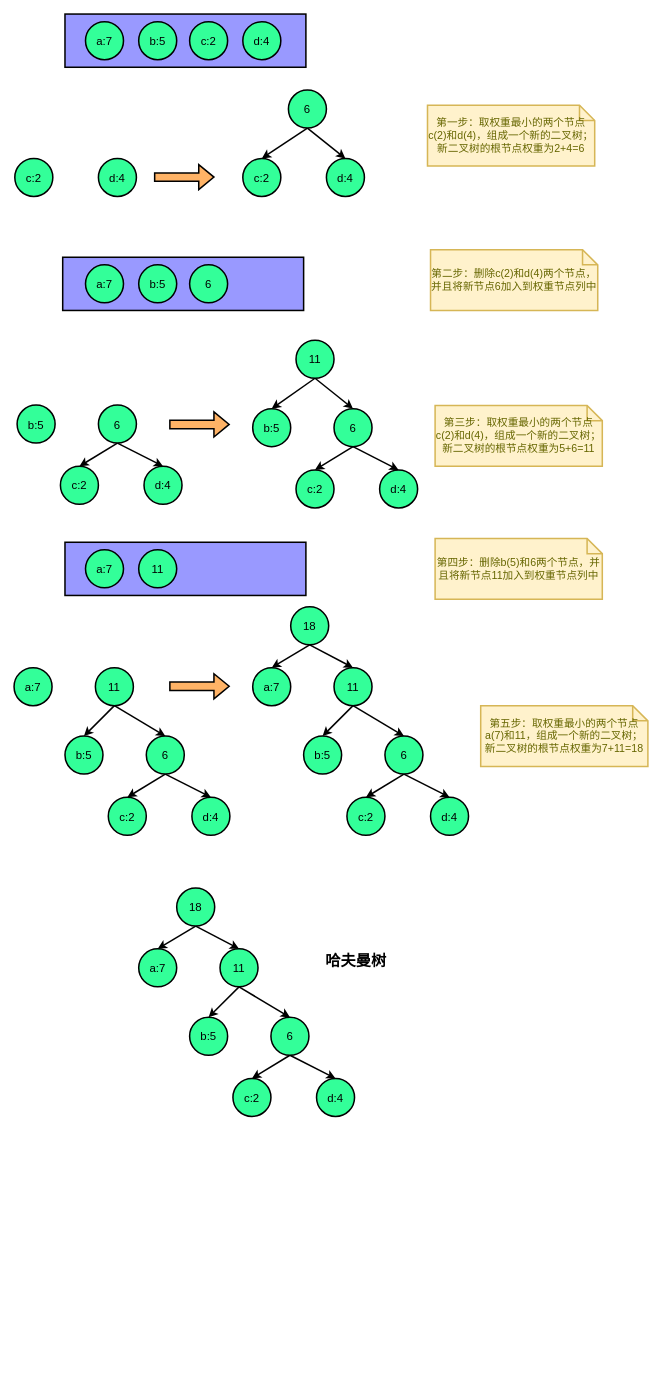
This is page "构建过程" (2 of 2) of 数据结构与算法/哈夫曼树.drawio from LiHuiBin1995/study-java, a draw.io file, before an edit. Source tidied: cells renumbered, new cells numbered last; positions are measured from the earlier drawing's top-left corner, leaving out a move shared by most shapes. Both pictures are drawn from the tidied source at 76%, with x=0, y=0 at pixel (14, 14).
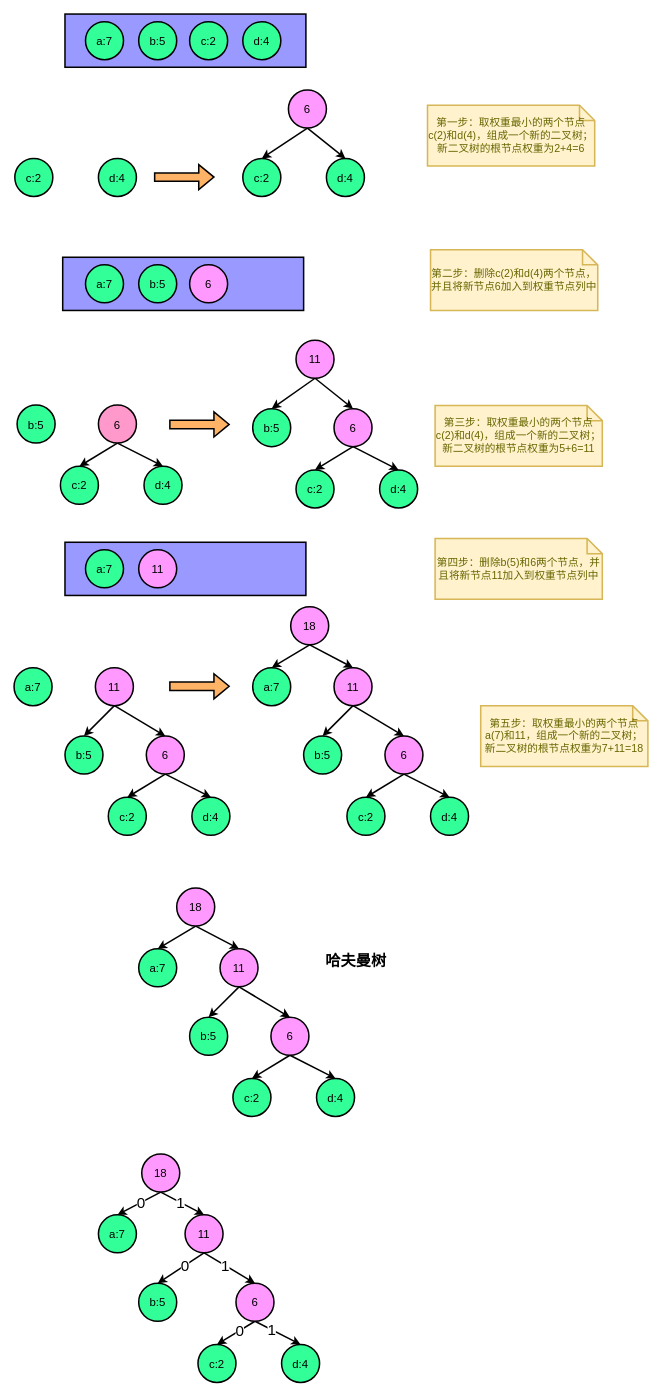
The same page after the edit.

Commit message:
更新哈夫曼树.drawio

What changed in the source:
```diff
@@
-    <mxCell id="14" value="6" style="ellipse;whiteSpace=wrap;html=1;strokeWidth=2;fontSize=15;fillColor=#33FF99;" parent="1" vertex="1">
+    <mxCell id="14" value="6" style="ellipse;whiteSpace=wrap;html=1;strokeWidth=2;fontSize=15;fillColor=#FF99FF;" parent="1" vertex="1">
       <mxGeometry x="361" y="100" width="50" height="50" as="geometry" />
     </mxCell>
@@
-    <mxCell id="17" value="6" style="ellipse;whiteSpace=wrap;html=1;strokeWidth=2;fontSize=15;fillColor=#33FF99;" parent="1" vertex="1">
+    <mxCell id="17" value="6" style="ellipse;whiteSpace=wrap;html=1;strokeWidth=2;fontSize=15;fillColor=#FF99FF;" parent="1" vertex="1">
       <mxGeometry x="231" y="330" width="50" height="50" as="geometry" />
     </mxCell>
@@
-    <mxCell id="22" value="6" style="ellipse;whiteSpace=wrap;html=1;strokeWidth=2;fontSize=15;fillColor=#33FF99;" parent="1" vertex="1">
+    <mxCell id="22" value="6" style="ellipse;whiteSpace=wrap;html=1;strokeWidth=2;fontSize=15;fillColor=#FF99FF;" parent="1" vertex="1">
       <mxGeometry x="421" y="519.2" width="50" height="50" as="geometry" />
     </mxCell>
@@
-    <mxCell id="26" value="11" style="ellipse;whiteSpace=wrap;html=1;strokeWidth=2;fontSize=15;fillColor=#33FF99;" parent="1" vertex="1">
+    <mxCell id="26" value="11" style="ellipse;whiteSpace=wrap;html=1;strokeWidth=2;fontSize=15;fillColor=#FF99FF;" parent="1" vertex="1">
       <mxGeometry x="371" y="429.2" width="50" height="50" as="geometry" />
     </mxCell>
@@
-    <mxCell id="28" value="11" style="ellipse;whiteSpace=wrap;html=1;strokeWidth=2;fontSize=15;fillColor=#33FF99;" parent="1" vertex="1">
+    <mxCell id="28" value="11" style="ellipse;whiteSpace=wrap;html=1;strokeWidth=2;fontSize=15;fillColor=#FF99FF;" parent="1" vertex="1">
       <mxGeometry x="164" y="705" width="50" height="50" as="geometry" />
     </mxCell>
@@
-    <mxCell id="32" value="11" style="ellipse;whiteSpace=wrap;html=1;strokeWidth=2;fontSize=15;fillColor=#33FF99;" parent="1" vertex="1">
+    <mxCell id="32" value="11" style="ellipse;whiteSpace=wrap;html=1;strokeWidth=2;fontSize=15;fillColor=#FF99FF;" parent="1" vertex="1">
       <mxGeometry x="421" y="860" width="50" height="50" as="geometry" />
     </mxCell>
@@
-    <mxCell id="36" value="18" style="ellipse;whiteSpace=wrap;html=1;strokeWidth=2;fontSize=15;fillColor=#33FF99;" parent="1" vertex="1">
+    <mxCell id="36" value="18" style="ellipse;whiteSpace=wrap;html=1;strokeWidth=2;fontSize=15;fillColor=#FF99FF;" parent="1" vertex="1">
       <mxGeometry x="364" y="780" width="50" height="50" as="geometry" />
     </mxCell>
@@
-    <mxCell id="43" value="6" style="ellipse;whiteSpace=wrap;html=1;strokeWidth=2;fontSize=15;fillColor=#33FF99;" parent="1" vertex="1">
+    <mxCell id="43" value="6" style="ellipse;whiteSpace=wrap;html=1;strokeWidth=2;fontSize=15;fillColor=#FF99CC;" parent="1" vertex="1">
       <mxGeometry x="111" y="514.5" width="50" height="50" as="geometry" />
     </mxCell>
@@
-    <mxCell id="50" value="6" style="ellipse;whiteSpace=wrap;html=1;strokeWidth=2;fontSize=15;fillColor=#33FF99;" parent="1" vertex="1">
+    <mxCell id="50" value="6" style="ellipse;whiteSpace=wrap;html=1;strokeWidth=2;fontSize=15;fillColor=#FF99FF;" parent="1" vertex="1">
       <mxGeometry x="488" y="950" width="50" height="50" as="geometry" />
     </mxCell>
@@
-    <mxCell id="55" value="11" style="ellipse;whiteSpace=wrap;html=1;strokeWidth=2;fontSize=15;fillColor=#33FF99;" parent="1" vertex="1">
+    <mxCell id="55" value="11" style="ellipse;whiteSpace=wrap;html=1;strokeWidth=2;fontSize=15;fillColor=#FF99FF;" parent="1" vertex="1">
       <mxGeometry x="107" y="860" width="50" height="50" as="geometry" />
     </mxCell>
@@
-    <mxCell id="60" value="6" style="ellipse;whiteSpace=wrap;html=1;strokeWidth=2;fontSize=15;fillColor=#33FF99;" parent="1" vertex="1">
+    <mxCell id="60" value="6" style="ellipse;whiteSpace=wrap;html=1;strokeWidth=2;fontSize=15;fillColor=#FF99FF;" parent="1" vertex="1">
       <mxGeometry x="174" y="950" width="50" height="50" as="geometry" />
     </mxCell>
@@
-    <mxCell id="69" value="11" style="ellipse;whiteSpace=wrap;html=1;strokeWidth=2;fontSize=15;fillColor=#33FF99;" parent="1" vertex="1">
+    <mxCell id="69" value="11" style="ellipse;whiteSpace=wrap;html=1;strokeWidth=2;fontSize=15;fillColor=#FF99FF;" parent="1" vertex="1">
       <mxGeometry x="271" y="1230" width="50" height="50" as="geometry" />
     </mxCell>
@@
-    <mxCell id="73" value="18" style="ellipse;whiteSpace=wrap;html=1;strokeWidth=2;fontSize=15;fillColor=#33FF99;" parent="1" vertex="1">
+    <mxCell id="73" value="18" style="ellipse;whiteSpace=wrap;html=1;strokeWidth=2;fontSize=15;fillColor=#FF99FF;" parent="1" vertex="1">
       <mxGeometry x="214" y="1150" width="50" height="50" as="geometry" />
     </mxCell>
@@
-    <mxCell id="77" value="6" style="ellipse;whiteSpace=wrap;html=1;strokeWidth=2;fontSize=15;fillColor=#33FF99;" parent="1" vertex="1">
+    <mxCell id="77" value="6" style="ellipse;whiteSpace=wrap;html=1;strokeWidth=2;fontSize=15;fillColor=#FF99FF;" parent="1" vertex="1">
       <mxGeometry x="338" y="1320" width="50" height="50" as="geometry" />
     </mxCell>
@@
+    <mxCell id="81" style="edgeStyle=none;rounded=0;jettySize=auto;html=1;exitX=0.5;exitY=1;exitDx=0;exitDy=0;entryX=0.5;entryY=0;entryDx=0;entryDy=0;fontSize=15;strokeWidth=2;fillColor=#FFB366;" parent="1" edge="1" source="85" target="92">
+      <mxGeometry relative="1" as="geometry" />
+    </mxCell>
+    <mxCell id="82" value="0" style="edgeLabel;html=1;align=center;verticalAlign=middle;fontSize=20;fontColor=#000000;" parent="81" vertex="1">
+      <mxGeometry x="-0.17" y="-1" relative="1" as="geometry" />
+    </mxCell>
+    <mxCell id="83" style="edgeStyle=none;rounded=0;jettySize=auto;html=1;exitX=0.5;exitY=1;exitDx=0;exitDy=0;entryX=0.5;entryY=0;entryDx=0;entryDy=0;fontSize=15;strokeWidth=2;fillColor=#FFB366;" parent="1" edge="1" source="85" target="97">
+      <mxGeometry relative="1" as="geometry" />
+    </mxCell>
+    <mxCell id="84" value="1" style="edgeLabel;html=1;align=center;verticalAlign=middle;fontSize=20;fontColor=#000000;" parent="83" vertex="1">
+      <mxGeometry x="-0.17" relative="1" as="geometry" />
+    </mxCell>
+    <mxCell id="85" value="11" style="ellipse;whiteSpace=wrap;html=1;strokeWidth=2;fontSize=15;fillColor=#FF99FF;" parent="1" vertex="1">
+      <mxGeometry x="225" y="1580" width="50" height="50" as="geometry" />
+    </mxCell>
+    <mxCell id="86" value="a:7" style="ellipse;whiteSpace=wrap;html=1;strokeWidth=2;fontStyle=0;fontSize=15;fillColor=#33FF99;" parent="1" vertex="1">
+      <mxGeometry x="111" y="1580" width="50" height="50" as="geometry" />
+    </mxCell>
+    <mxCell id="87" style="edgeStyle=none;rounded=0;jettySize=auto;html=1;exitX=0.5;exitY=1;exitDx=0;exitDy=0;entryX=0.5;entryY=0;entryDx=0;entryDy=0;fontSize=15;strokeWidth=2;" parent="1" edge="1" source="91" target="86">
+      <mxGeometry relative="1" as="geometry" />
+    </mxCell>
+    <mxCell id="88" value="0" style="edgeLabel;html=1;align=center;verticalAlign=middle;fontSize=20;fontColor=#000000;" parent="87" vertex="1">
+      <mxGeometry x="-0.08" relative="1" as="geometry" />
+    </mxCell>
+    <mxCell id="89" style="edgeStyle=none;rounded=0;jettySize=auto;html=1;exitX=0.5;exitY=1;exitDx=0;exitDy=0;entryX=0.5;entryY=0;entryDx=0;entryDy=0;fontSize=15;strokeWidth=2;" parent="1" edge="1" source="91" target="85">
+      <mxGeometry relative="1" as="geometry" />
+    </mxCell>
+    <mxCell id="90" value="1" style="edgeLabel;html=1;align=center;verticalAlign=middle;fontSize=20;fontColor=#000000;" parent="89" vertex="1">
+      <mxGeometry x="-0.09" relative="1" as="geometry" />
+    </mxCell>
+    <mxCell id="91" value="18" style="ellipse;whiteSpace=wrap;html=1;strokeWidth=2;fontSize=15;fillColor=#FF99FF;" parent="1" vertex="1">
+      <mxGeometry x="168" y="1500" width="50" height="50" as="geometry" />
+    </mxCell>
+    <mxCell id="92" value="b:5" style="ellipse;whiteSpace=wrap;html=1;strokeWidth=2;fontSize=15;fillColor=#33FF99;" parent="1" vertex="1">
+      <mxGeometry x="164" y="1670" width="50" height="50" as="geometry" />
+    </mxCell>
+    <mxCell id="93" style="edgeStyle=none;rounded=0;jettySize=auto;html=1;exitX=0.5;exitY=1;exitDx=0;exitDy=0;entryX=0.5;entryY=0;entryDx=0;entryDy=0;fontSize=15;strokeWidth=2;" parent="1" edge="1" source="97" target="98">
+      <mxGeometry relative="1" as="geometry" />
+    </mxCell>
+    <mxCell id="94" value="0" style="edgeLabel;html=1;align=center;verticalAlign=middle;fontSize=20;fontColor=#000000;" parent="93" vertex="1">
+      <mxGeometry x="-0.21" y="-1" relative="1" as="geometry" />
+    </mxCell>
+    <mxCell id="95" style="edgeStyle=none;rounded=0;jettySize=auto;html=1;exitX=0.5;exitY=1;exitDx=0;exitDy=0;entryX=0.5;entryY=0;entryDx=0;entryDy=0;fontSize=15;strokeWidth=2;" parent="1" edge="1" source="97" target="99">
+      <mxGeometry relative="1" as="geometry" />
+    </mxCell>
+    <mxCell id="96" value="1" style="edgeLabel;html=1;align=center;verticalAlign=middle;fontSize=20;fontColor=#000000;" parent="95" vertex="1">
+      <mxGeometry x="-0.29" y="1" relative="1" as="geometry" />
+    </mxCell>
+    <mxCell id="97" value="6" style="ellipse;whiteSpace=wrap;html=1;strokeWidth=2;fontSize=15;fillColor=#FF99FF;" parent="1" vertex="1">
+      <mxGeometry x="292" y="1670" width="50" height="50" as="geometry" />
+    </mxCell>
+    <mxCell id="98" value="c:2" style="ellipse;whiteSpace=wrap;html=1;strokeWidth=2;fontSize=15;fillColor=#33FF99;" parent="1" vertex="1">
+      <mxGeometry x="242" y="1750.5" width="50" height="50" as="geometry" />
+    </mxCell>
+    <mxCell id="99" value="d:4" style="ellipse;whiteSpace=wrap;html=1;strokeWidth=2;fontSize=15;fillColor=#33FF99;" parent="1" vertex="1">
+      <mxGeometry x="352" y="1750.5" width="50" height="50" as="geometry" />
+    </mxCell>
```
